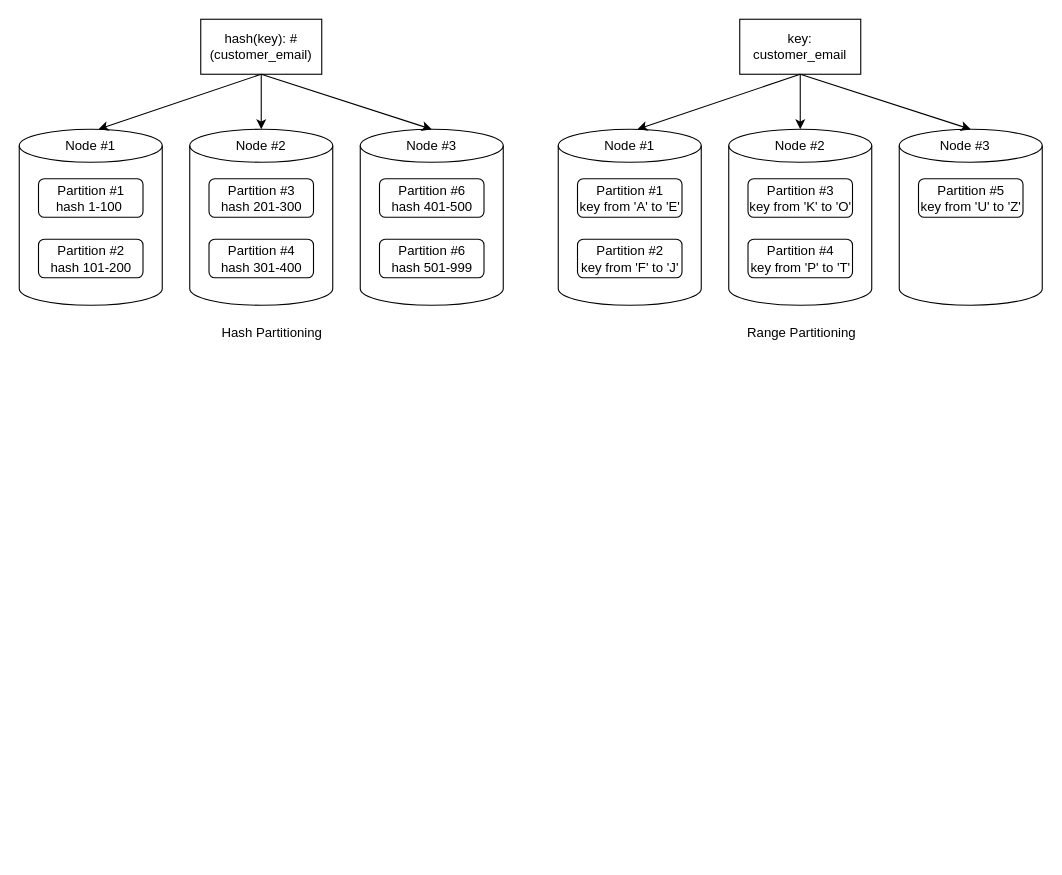
The draw.io diagram Partitioning Diagram.drawio in jayanthkmr/architecture-diagrams, before the edit. Source tidied: cells renumbered, new cells numbered last; positions are measured from the earlier drawing's top-left corner, leaving out a move shared by most shapes. Both pictures are drawn from the tidied source at 110%, with x=0, y=0 at pixel (19, 19).
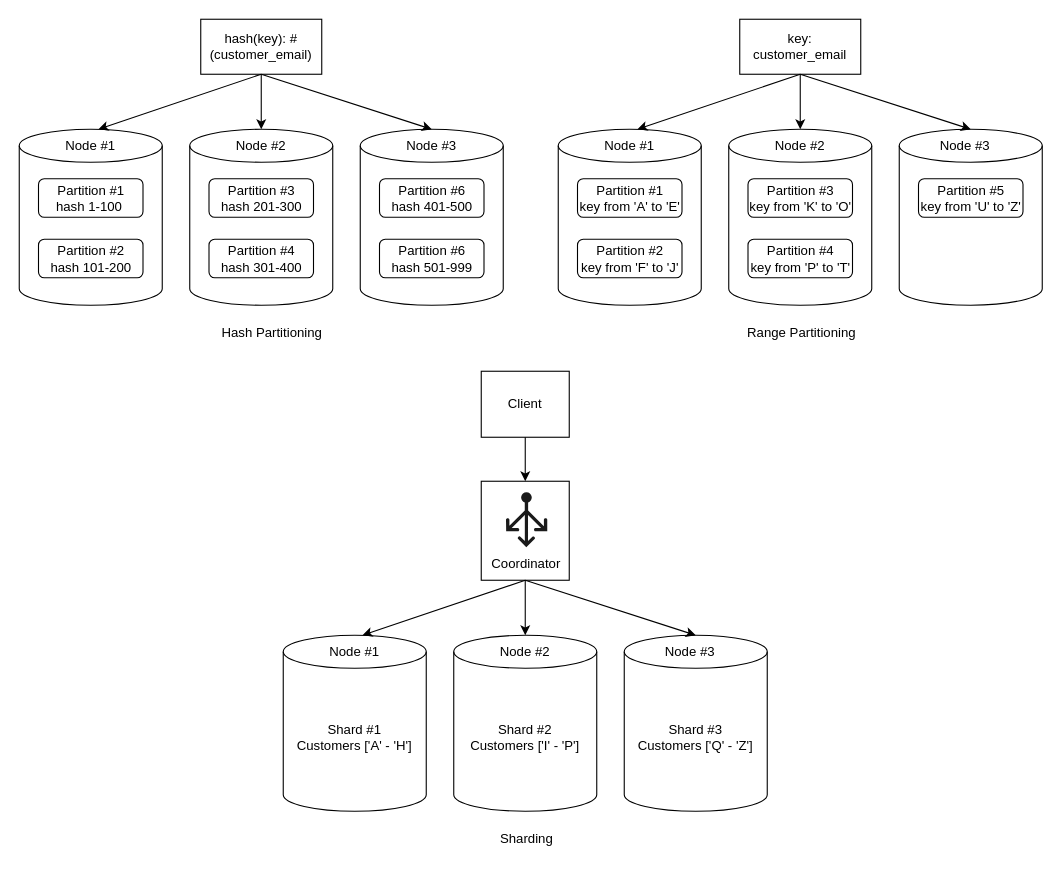
After the change.

What changed in the source:
```diff
@@
+    <mxCell id="35" style="rounded=0;whiteSpace=wrap;html=1;" parent="1" vertex="1">
+      <mxGeometry x="420" y="420" width="80" height="90" as="geometry" />
+    </mxCell>
@@
+    <mxCell id="36" value="Shard #1&lt;br style=&quot;border-color: var(--border-color);&quot;&gt;Customers ['A' - 'H']" style="shape=cylinder3;whiteSpace=wrap;html=1;boundedLbl=1;backgroundOutline=1;size=15;" parent="1" vertex="1">
+      <mxGeometry x="240" y="560" width="130" height="160" as="geometry" />
+    </mxCell>
+    <mxCell id="37" value="Shard #2&lt;br style=&quot;border-color: var(--border-color);&quot;&gt;Customers ['I' - 'P']" style="shape=cylinder3;whiteSpace=wrap;html=1;boundedLbl=1;backgroundOutline=1;size=15;" parent="1" vertex="1">
+      <mxGeometry x="395" y="560" width="130" height="160" as="geometry" />
+    </mxCell>
+    <mxCell id="38" value="Shard #3&lt;br style=&quot;border-color: var(--border-color);&quot;&gt;Customers ['Q' - 'Z']" style="shape=cylinder3;whiteSpace=wrap;html=1;boundedLbl=1;backgroundOutline=1;size=15;" parent="1" vertex="1">
+      <mxGeometry x="550" y="560" width="130" height="160" as="geometry" />
+    </mxCell>
+    <mxCell id="39" style="endArrow=classic;html=1;rounded=0;exitX=0.5;exitY=1;exitDx=0;exitDy=0;entryX=0.554;entryY=0;entryDx=0;entryDy=0;entryPerimeter=0;" parent="1" edge="1" target="36">
+      <mxGeometry relative="1" as="geometry">
+        <mxPoint x="460" y="510" as="sourcePoint" />
+      </mxGeometry>
+    </mxCell>
+    <mxCell id="40" style="endArrow=classic;html=1;rounded=0;exitX=0.5;exitY=1;exitDx=0;exitDy=0;" parent="1" edge="1" target="37">
+      <mxGeometry relative="1" as="geometry">
+        <mxPoint x="460" y="510" as="sourcePoint" />
+      </mxGeometry>
+    </mxCell>
+    <mxCell id="41" style="endArrow=classic;html=1;rounded=0;exitX=0.5;exitY=1;exitDx=0;exitDy=0;entryX=0.5;entryY=0;entryDx=0;entryDy=0;entryPerimeter=0;" parent="1" edge="1" target="38">
+      <mxGeometry relative="1" as="geometry">
+        <mxPoint x="460" y="510" as="sourcePoint" />
+      </mxGeometry>
+    </mxCell>
+    <mxCell id="42" value="Node #1" style="text;html=1;strokeColor=none;fillColor=none;align=center;verticalAlign=middle;whiteSpace=wrap;rounded=0;" parent="1" vertex="1">
+      <mxGeometry x="275" y="560" width="60" height="30" as="geometry" />
+    </mxCell>
+    <mxCell id="43" value="Node #2" style="text;html=1;strokeColor=none;fillColor=none;align=center;verticalAlign=middle;whiteSpace=wrap;rounded=0;" parent="1" vertex="1">
+      <mxGeometry x="430" y="560" width="60" height="30" as="geometry" />
+    </mxCell>
+    <mxCell id="44" value="Node #3" style="text;html=1;strokeColor=none;fillColor=none;align=center;verticalAlign=middle;whiteSpace=wrap;rounded=0;" parent="1" vertex="1">
+      <mxGeometry x="580" y="560" width="60" height="30" as="geometry" />
+    </mxCell>
+    <mxCell id="45" value="Sharding" style="text;html=1;strokeColor=none;fillColor=none;align=center;verticalAlign=middle;whiteSpace=wrap;rounded=0;" parent="1" vertex="1">
+      <mxGeometry x="395" y="730" width="132.5" height="30" as="geometry" />
+    </mxCell>
+    <mxCell id="46" style="verticalLabelPosition=bottom;html=1;verticalAlign=top;align=center;strokeColor=none;fillColor=#1A1A1A;shape=mxgraph.azure.load_balancer_generic;" parent="1" vertex="1">
+      <mxGeometry x="442.5" y="430" width="37.5" height="50" as="geometry" />
+    </mxCell>
+    <mxCell id="47" value="Coordinator" style="text;html=1;strokeColor=none;fillColor=none;align=center;verticalAlign=middle;whiteSpace=wrap;rounded=0;" parent="1" vertex="1">
+      <mxGeometry x="431" y="480" width="60" height="30" as="geometry" />
+    </mxCell>
+    <mxCell id="48" value="Client" style="rounded=0;whiteSpace=wrap;html=1;" parent="1" vertex="1">
+      <mxGeometry x="420" y="320" width="80" height="60" as="geometry" />
+    </mxCell>
+    <mxCell id="49" style="endArrow=classic;html=1;rounded=0;exitX=0.5;exitY=1;exitDx=0;exitDy=0;entryX=0.5;entryY=0;entryDx=0;entryDy=0;" parent="1" edge="1" source="48" target="35">
+      <mxGeometry relative="1" as="geometry" />
+    </mxCell>
```
